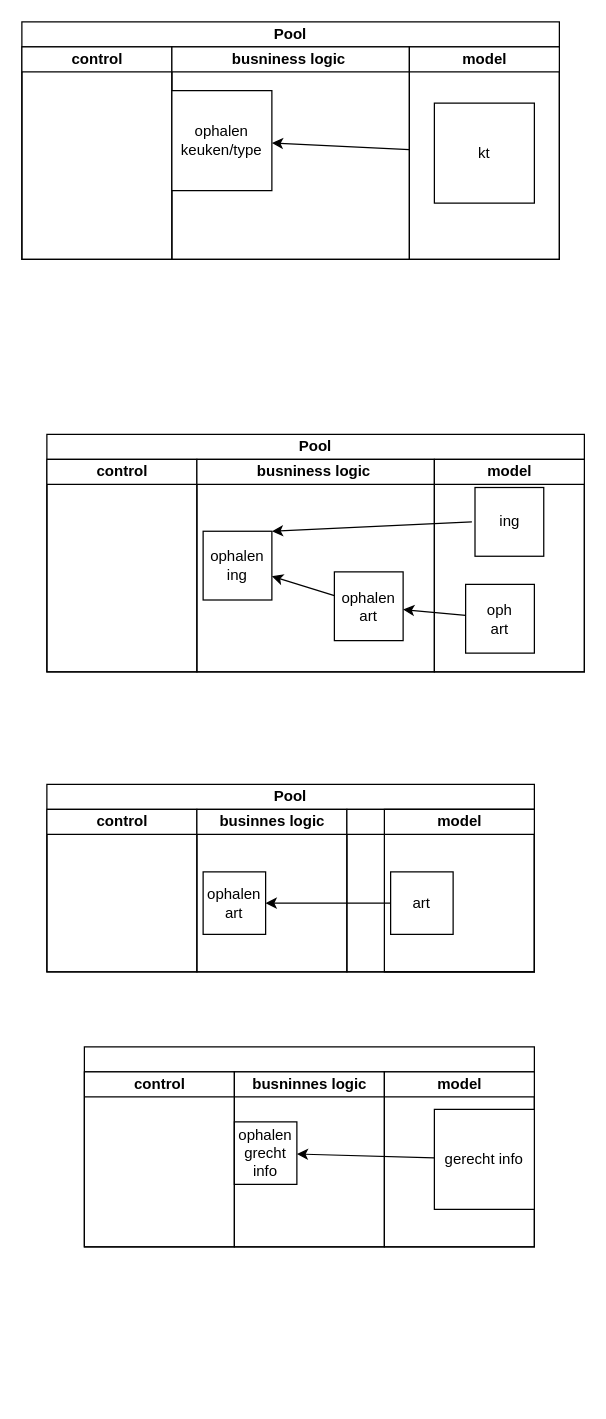
The draw.io diagram page "Page-2" (1 of 3) of ASD.drawio in rafschmeits/educom-verrukkulluk-1763543508, before the edit. Source tidied: cells renumbered, new cells numbered last; positions are measured from the earlier drawing's top-left corner, leaving out a move shared by most shapes. Both pictures are drawn from the tidied source at 125%, with x=0, y=0 at pixel (21, 21).
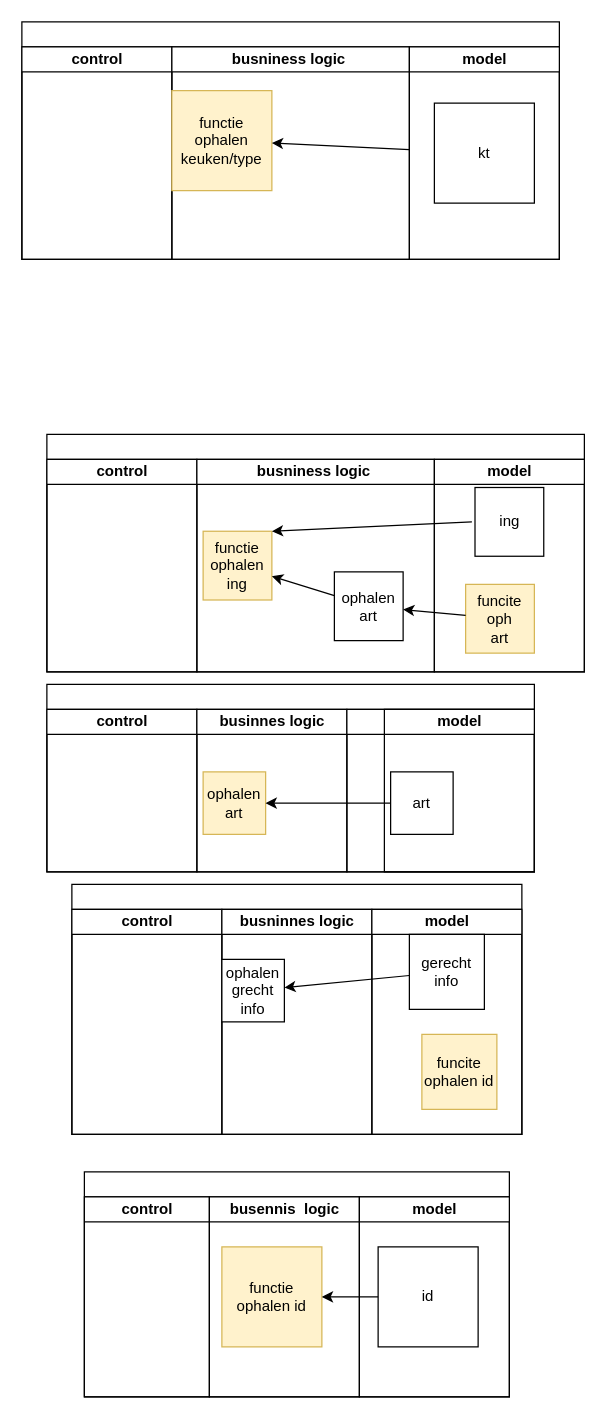
The same page after the edit.

Unchanged cells that the change refers to:
```xml
<mxCell id="4" value="busniness logic&amp;nbsp;" style="swimlane;html=1;startSize=20;" parent="2" vertex="1">
  <mxGeometry x="120" y="20" width="190" height="170" as="geometry" />
</mxCell>
<mxCell id="11" value="busniness logic&amp;nbsp;" style="swimlane;html=1;startSize=20;" parent="9" vertex="1">
  <mxGeometry x="120" y="20" width="190" height="170" as="geometry" />
</mxCell>
<mxCell id="15" value="model" style="swimlane;html=1;startSize=20;" parent="9" vertex="1">
  <mxGeometry x="310" y="20" width="120" height="170" as="geometry" />
</mxCell>
<mxCell id="22" value="businnes logic" style="swimlane;html=1;startSize=20;" parent="20" vertex="1">
  <mxGeometry x="120" y="20" width="120" height="130" as="geometry" />
</mxCell>
```

What changed in the source:
```diff
@@
-    <mxCell id="2" value="Pool" style="swimlane;html=1;startSize=20;whiteSpace=wrap;" parent="1" vertex="1">
+    <mxCell id="2" style="swimlane;html=1;startSize=20;whiteSpace=wrap;" parent="1" vertex="1">
       <mxGeometry width="430" height="190" as="geometry" />
     </mxCell>
@@
-    <mxCell id="5" value="ophalen keuken/type" style="whiteSpace=wrap;html=1;" parent="4" vertex="1">
+    <mxCell id="5" value="functie ophalen keuken/type" style="whiteSpace=wrap;html=1;fillColor=#fff2cc;strokeColor=#d6b656;" parent="4" vertex="1">
       <mxGeometry y="35" width="80" height="80" as="geometry" />
     </mxCell>
@@
-    <mxCell id="9" value="Pool" style="swimlane;html=1;startSize=20;whiteSpace=wrap;" parent="1" vertex="1">
+    <mxCell id="9" style="swimlane;html=1;startSize=20;whiteSpace=wrap;" parent="1" vertex="1">
       <mxGeometry x="20" y="330" width="430" height="190" as="geometry" />
     </mxCell>
@@
-    <mxCell id="12" value="ophalen ing" style="whiteSpace=wrap;html=1;" parent="11" vertex="1">
+    <mxCell id="12" value="functie ophalen ing" style="whiteSpace=wrap;html=1;fillColor=#fff2cc;strokeColor=#d6b656;" parent="11" vertex="1">
       <mxGeometry x="5" y="57.5" width="55" height="55" as="geometry" />
     </mxCell>
@@
-    <mxCell id="17" value="oph&lt;div&gt;art&lt;/div&gt;" style="whiteSpace=wrap;html=1;" parent="15" vertex="1">
+    <mxCell id="17" value="funcite oph&lt;div&gt;art&lt;/div&gt;" style="whiteSpace=wrap;html=1;fillColor=#fff2cc;strokeColor=#d6b656;" parent="15" vertex="1">
       <mxGeometry x="25" y="100" width="55" height="55" as="geometry" />
     </mxCell>
@@
-    <mxCell id="20" value="Pool" style="swimlane;html=1;startSize=20;whiteSpace=wrap;" parent="1" vertex="1">
-      <mxGeometry x="20" y="610" width="390" height="150" as="geometry" />
+    <mxCell id="20" style="swimlane;html=1;startSize=20;whiteSpace=wrap;" parent="1" vertex="1">
+      <mxGeometry x="20" y="530" width="390" height="150" as="geometry" />
     </mxCell>
@@
-    <mxCell id="23" value="ophalen&lt;div&gt;art&lt;/div&gt;" style="whiteSpace=wrap;html=1;" parent="22" vertex="1">
+    <mxCell id="23" value="ophalen&lt;div&gt;art&lt;/div&gt;" style="whiteSpace=wrap;html=1;fillColor=#fff2cc;strokeColor=#d6b656;" parent="22" vertex="1">
       <mxGeometry x="5" y="50" width="50" height="50" as="geometry" />
     </mxCell>
@@
     <mxCell id="28" style="swimlane;html=1;startSize=20;whiteSpace=wrap;" parent="1" vertex="1">
-      <mxGeometry x="50" y="820" width="360" height="160" as="geometry" />
+      <mxGeometry x="40" y="690" width="360" height="200" as="geometry" />
     </mxCell>
     <mxCell id="29" value="control" style="swimlane;html=1;startSize=20;" parent="28" vertex="1">
-      <mxGeometry y="20" width="120" height="140" as="geometry" />
+      <mxGeometry y="20" width="120" height="180" as="geometry" />
     </mxCell>
     <mxCell id="30" value="busninnes logic" style="swimlane;html=1;startSize=20;" parent="28" vertex="1">
-      <mxGeometry x="120" y="20" width="120" height="140" as="geometry" />
+      <mxGeometry x="120" y="20" width="120" height="180" as="geometry" />
     </mxCell>
@@
     <mxCell id="32" value="model" style="swimlane;html=1;startSize=20;" parent="28" vertex="1">
-      <mxGeometry x="240" y="20" width="120" height="140" as="geometry" />
+      <mxGeometry x="240" y="20" width="120" height="180" as="geometry" />
     </mxCell>
     <mxCell id="33" value="gerecht info" style="whiteSpace=wrap;html=1;" parent="32" vertex="1">
-      <mxGeometry x="40" y="30" width="80" height="80" as="geometry" />
+      <mxGeometry x="30" y="20" width="60" height="60" as="geometry" />
     </mxCell>
+    <mxCell id="35" value="funcite ophalen id" style="whiteSpace=wrap;html=1;fillColor=#fff2cc;strokeColor=#d6b656;" parent="32" vertex="1">
+      <mxGeometry x="40" y="100" width="60" height="60" as="geometry" />
+    </mxCell>
@@
+    <mxCell id="36" style="swimlane;html=1;startSize=20;whiteSpace=wrap;" parent="1" vertex="1">
+      <mxGeometry x="50" y="920" width="340" height="180" as="geometry" />
+    </mxCell>
+    <mxCell id="37" value="control" style="swimlane;html=1;startSize=20;" parent="36" vertex="1">
+      <mxGeometry y="20" width="100" height="160" as="geometry" />
+    </mxCell>
+    <mxCell id="38" value="busennis&amp;nbsp; logic" style="swimlane;html=1;startSize=20;" parent="36" vertex="1">
+      <mxGeometry x="100" y="20" width="120" height="160" as="geometry" />
+    </mxCell>
+    <mxCell id="39" value="functie ophalen id" style="whiteSpace=wrap;html=1;fillColor=#fff2cc;strokeColor=#d6b656;" parent="38" vertex="1">
+      <mxGeometry x="10" y="40" width="80" height="80" as="geometry" />
+    </mxCell>
+    <mxCell id="40" value="model" style="swimlane;html=1;startSize=20;" parent="36" vertex="1">
+      <mxGeometry x="220" y="20" width="120" height="160" as="geometry" />
+    </mxCell>
+    <mxCell id="41" value="id" style="whiteSpace=wrap;html=1;" parent="40" vertex="1">
+      <mxGeometry x="15" y="40" width="80" height="80" as="geometry" />
+    </mxCell>
+    <mxCell id="42" style="edgeStyle=none;html=1;" parent="36" edge="1" source="41" target="39">
+      <mxGeometry relative="1" as="geometry" />
+    </mxCell>
```
